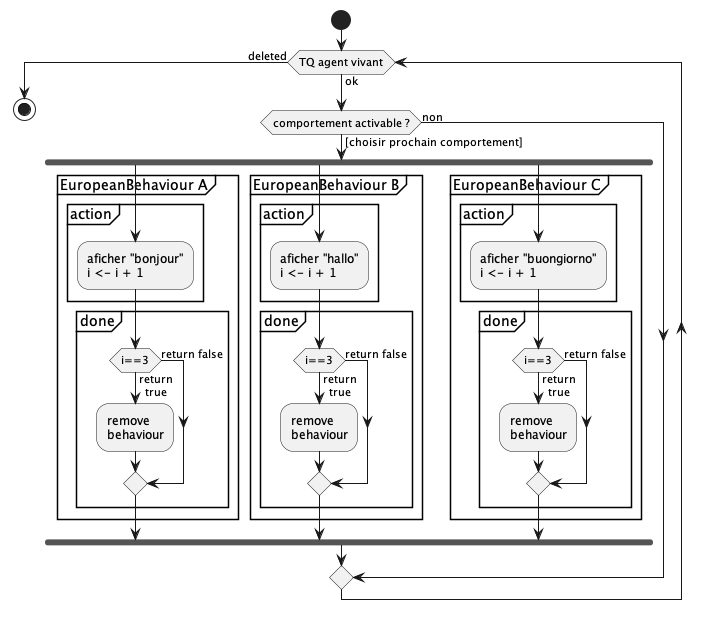
EmmanuelADAM/jade keeps this PlantUML diagram as testComportement/HelloEuropeenParallel.png. Above is the earlier version.
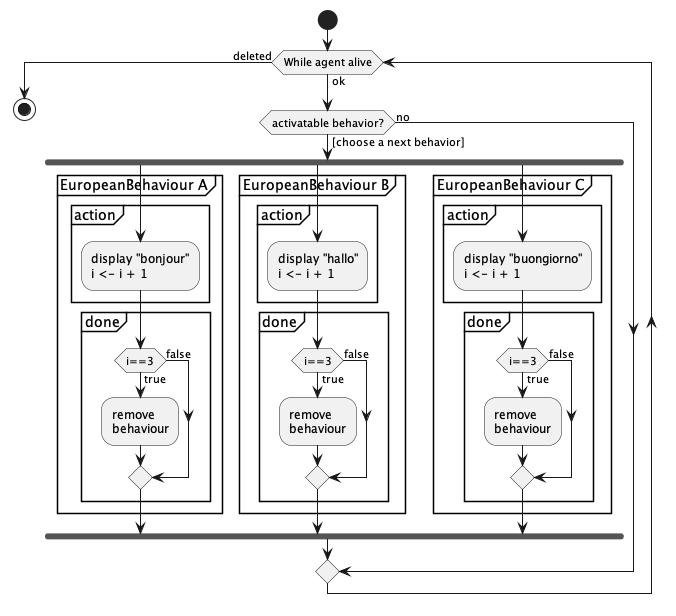
The same file after the commit.

Diff of the diagram source:
```diff
@@ -1,55 +1,52 @@
 @startuml HelloEuropeenParallel
 
 start
-while (TQ agent vivant) is (ok)
-if (comportement activable ?) then ([choisir prochain comportement])
+while (While agent alive) is (ok)
+if (activatable behavior?) then ([choose a next behavior])
     fork
     partition "EuropeanBehaviour A" {
       partition "action" {
-          :aficher "bonjour"
+          :display "bonjour"
           i <- i + 1;
       }
       partition "done" {
-      if (i==3) then (return
-  true)
+      if (i==3) then (true)
         :remove
         behaviour;
-      else (return false)
+      else (false)
       endif
       }
     }
     fork again
     partition "EuropeanBehaviour B" {
       partition "action" {
-          :aficher "hallo"
+          :display "hallo"
           i <- i + 1;
       }
       partition "done" {
-      if (i==3) then (return
-  true)
+      if (i==3) then (true)
         :remove
         behaviour;
-      else (return false)
+      else (false)
       endif
       }
     }
     fork again
     partition "EuropeanBehaviour C" {
       partition "action" {
-          :aficher "buongiorno"
+          :display "buongiorno"
           i <- i + 1;
       }
       partition "done" {
-      if (i==3) then (return
-  true)
+      if (i==3) then (true)
         :remove
         behaviour;
-      else (return false)
+      else (false)
       endif
       }
     }
     end fork
-else (non)
+else (no)
  endif
   endwhile (deleted)
 stop
```
